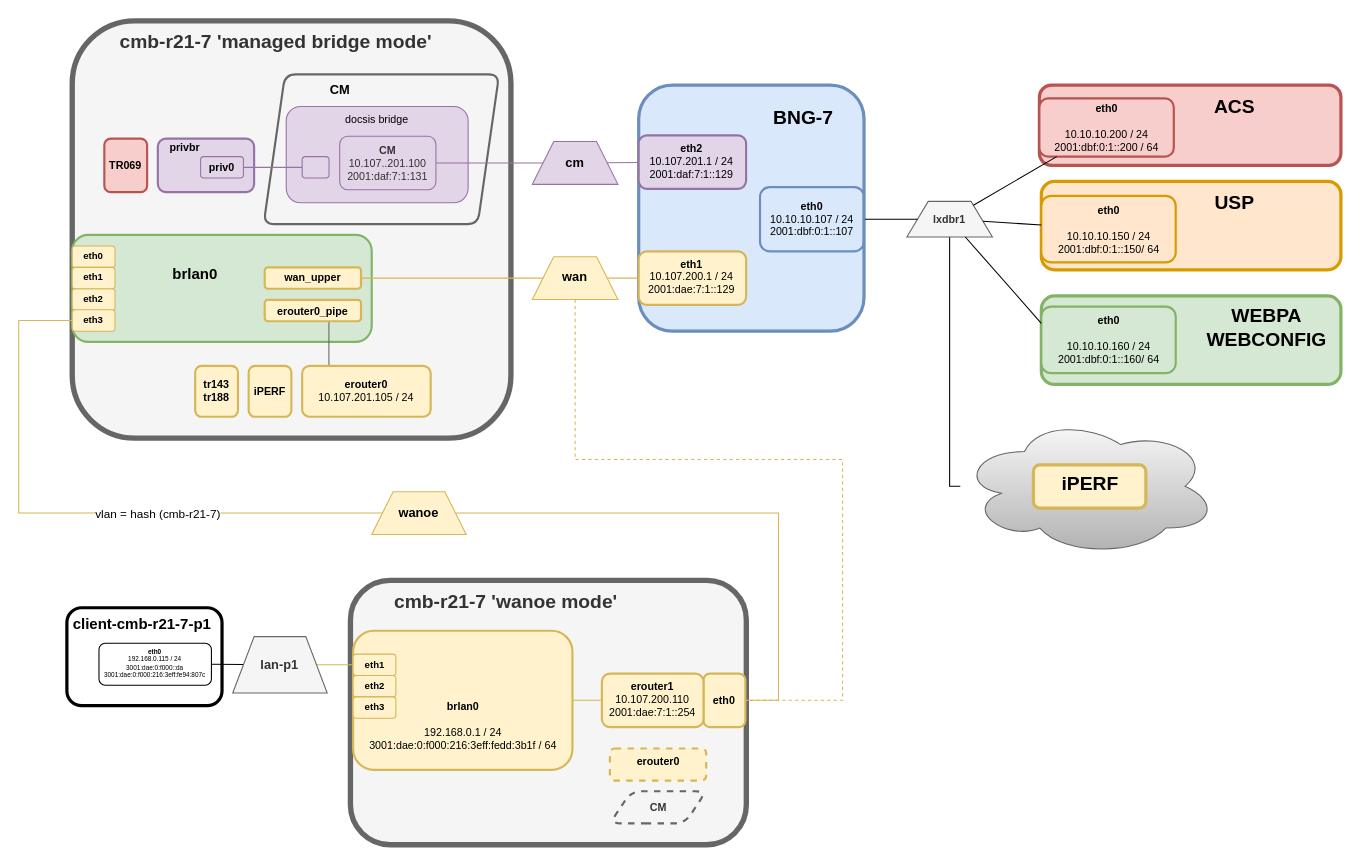
Before: drawio/ntu.drawio in robvogelaar/robvogelaar.github.io, a draw.io diagram. Source tidied: cells renumbered, new cells numbered last; positions are measured from the earlier drawing's top-left corner, leaving out a move shared by most shapes. Both pictures are drawn from the tidied source at 107%, with x=0, y=0 at pixel (18, 20).
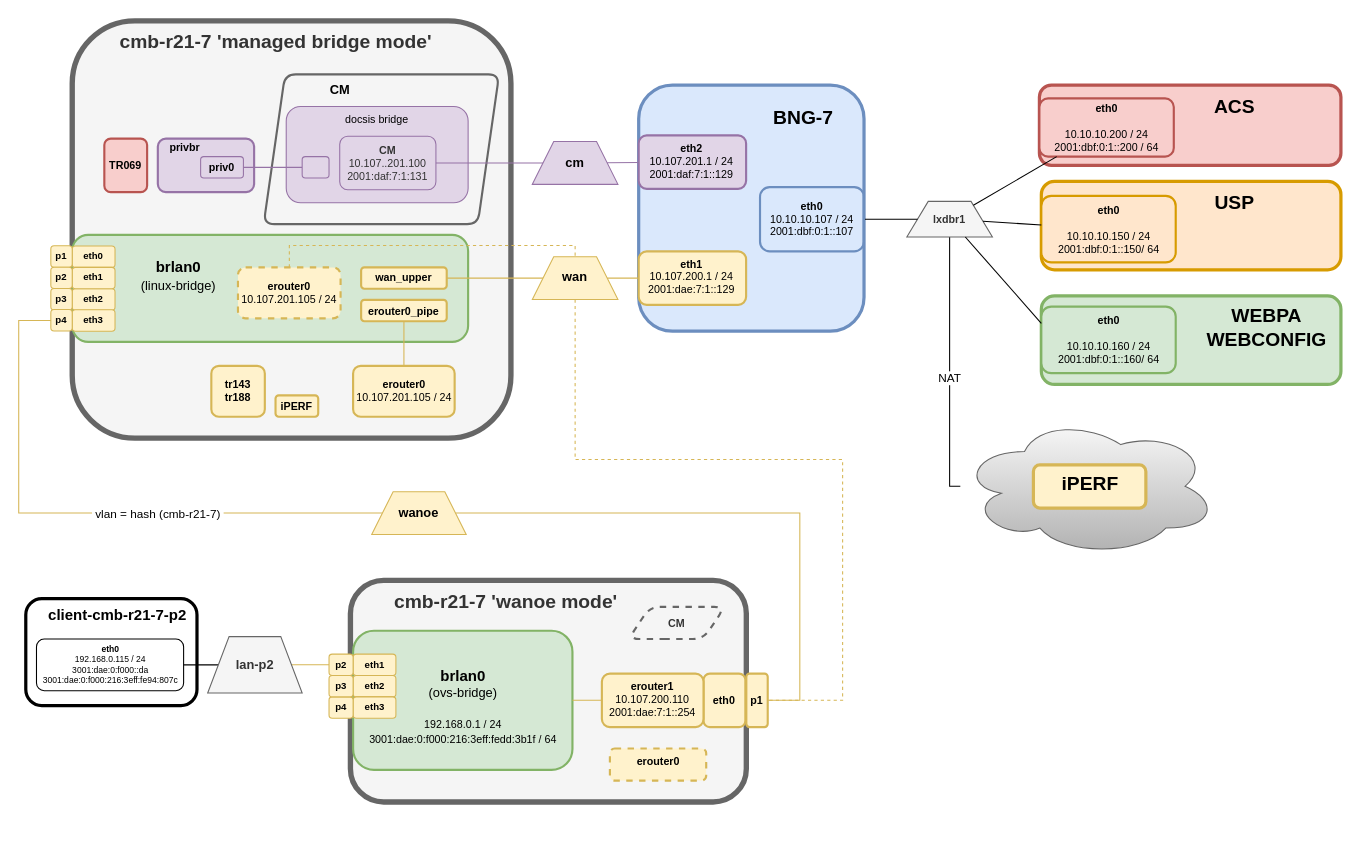
Above is the later version.

The change refers to these unchanged cells:
```xml
<mxCell id="24" style="edgeStyle=orthogonalEdgeStyle;rounded=0;jettySize=auto;html=1;endArrow=none;" parent="1" edge="1" source="25" target="8">
  <mxGeometry relative="1" as="geometry">
    <Array as="points">
      <mxPoint x="870" y="435" />
    </Array>
  </mxGeometry>
</mxCell>
<mxCell id="48" value="eth0" style="rounded=1;whiteSpace=wrap;html=1;fillColor=#fff2cc;strokeColor=#d6b656;fontSize=10;fontStyle=1;strokeWidth=2;" parent="1" vertex="1">
  <mxGeometry x="640" y="610" width="39.1" height="50" as="geometry" />
</mxCell>
<mxCell id="57" value="&lt;b style=&quot;font-size: 12px;&quot;&gt;wan&lt;/b&gt;" style="shape=trapezoid;perimeter=trapezoidPerimeter;whiteSpace=wrap;html=1;fixedSize=1;fontSize=12;fillColor=#fff2cc;strokeColor=#d6b656;rotation=0;verticalAlign=middle;" parent="1" vertex="1">
  <mxGeometry x="480" y="220.4" width="80" height="40" as="geometry" />
</mxCell>
<mxCell id="60" style="edgeStyle=orthogonalEdgeStyle;rounded=0;jettySize=auto;html=1;endArrow=none;fillColor=#fff2cc;strokeColor=#d6b656;" parent="1" edge="1" source="73" target="62">
  <mxGeometry relative="1" as="geometry">
    <Array as="points">
      <mxPoint y="280" />
      <mxPoint y="460" />
    </Array>
  </mxGeometry>
</mxCell>
<mxCell id="62" value="&lt;b&gt;wanoe&lt;/b&gt;" style="shape=trapezoid;perimeter=trapezoidPerimeter;whiteSpace=wrap;html=1;fixedSize=1;fontSize=12;fillColor=#fff2cc;strokeColor=#d6b656;rotation=0;" parent="1" vertex="1">
  <mxGeometry x="329.9" y="440" width="88.3" height="40" as="geometry" />
</mxCell>
```

Change to the diagram source:
```diff
@@
     <mxCell id="2" style="rounded=1;whiteSpace=wrap;html=1;fillColor=#f5f5f5;strokeColor=#666666;fillStyle=auto;strokeWidth=5;fontSize=9;fontColor=#333333;" parent="1" vertex="1">
-      <mxGeometry x="310" y="522.9" width="370" height="247.1" as="geometry" />
+      <mxGeometry x="310" y="522.9" width="370" height="207.1" as="geometry" />
     </mxCell>
     <mxCell id="3" value="CM" style="rounded=1;whiteSpace=wrap;html=1;fillColor=none;strokeColor=#666666;fontSize=10;fontStyle=1;strokeWidth=2;shape=parallelogram;perimeter=parallelogramPerimeter;fixedSize=1;fontColor=#333333;dashed=1;" parent="1" vertex="1">
-      <mxGeometry x="552.5" y="720" width="90" height="30" as="geometry" />
+      <mxGeometry x="569.9" y="547.7" width="90" height="30" as="geometry" />
     </mxCell>
@@
     <mxCell id="10" style="rounded=1;whiteSpace=wrap;html=1;fillColor=#d5e8d4;strokeColor=#82b366;strokeWidth=2;fontSize=9;" parent="1" vertex="1">
-      <mxGeometry x="50" y="200" width="279.9" height="100" as="geometry" />
+      <mxGeometry x="50" y="200" width="370" height="100" as="geometry" />
     </mxCell>
-    <mxCell id="11" value="&lt;font style=&quot;font-size: 14px;&quot;&gt;brlan0&lt;br style=&quot;font-size: 14px;&quot;&gt;&lt;/font&gt;" style="text;strokeColor=none;align=center;fillColor=none;html=1;verticalAlign=top;whiteSpace=wrap;rounded=1;fontSize=14;fontStyle=1;" parent="1" vertex="1">
-      <mxGeometry x="129.9" y="222.4" width="70" height="28" as="geometry" />
+    <mxCell id="11" value="&lt;font style=&quot;&quot;&gt;brlan0&lt;/font&gt;&lt;div&gt;&lt;font style=&quot;&quot;&gt;&lt;span style=&quot;font-weight: normal;&quot;&gt;&lt;font style=&quot;font-size: 12px;&quot;&gt;(linux-bridge)&lt;/font&gt;&lt;/span&gt;&lt;br style=&quot;font-size: 14px;&quot;&gt;&lt;/font&gt;&lt;/div&gt;" style="text;strokeColor=none;align=center;fillColor=none;html=1;verticalAlign=top;whiteSpace=wrap;rounded=1;fontSize=14;fontStyle=1;" parent="1" vertex="1">
+      <mxGeometry x="107.5" y="215.4" width="82.5" height="44.6" as="geometry" />
     </mxCell>
@@
-    <mxCell id="13" style="edgeStyle=orthogonalEdgeStyle;rounded=0;jettySize=auto;html=1;endArrow=none;fillColor=#f5f5f5;strokeColor=#666666;" parent="1" edge="1" source="14" target="55">
+    <mxCell id="13" style="edgeStyle=orthogonalEdgeStyle;rounded=0;jettySize=auto;html=1;endArrow=none;fillColor=#fff2cc;strokeColor=#d6b656;" parent="1" edge="1" source="14" target="55">
       <mxGeometry relative="1" as="geometry">
         <Array as="points">
-          <mxPoint x="289.9" y="310.4" />
-          <mxPoint x="289.9" y="310.4" />
+          <mxPoint x="360" y="300" />
+          <mxPoint x="360" y="300" />
         </Array>
       </mxGeometry>
     </mxCell>
     <mxCell id="14" value="&lt;b style=&quot;font-size: 10px;&quot;&gt;erouter0_pipe&lt;/b&gt;" style="rounded=1;whiteSpace=wrap;html=1;align=center;fillColor=#fff2cc;strokeColor=#d6b656;fontSize=10;strokeWidth=2;verticalAlign=middle;" parent="1" vertex="1">
-      <mxGeometry x="229.9" y="260.7" width="90" height="20" as="geometry" />
+      <mxGeometry x="320" y="260.7" width="80" height="20" as="geometry" />
     </mxCell>
@@
+    <mxCell id="77" value="NAT" style="edgeLabel;html=1;align=center;verticalAlign=middle;" parent="24" vertex="1">
+      <mxGeometry x="0.08" y="-1" relative="1" as="geometry" />
+    </mxCell>
@@
     <mxCell id="34" style="rounded=1;whiteSpace=wrap;html=1;strokeWidth=3;fontSize=9;" parent="1" vertex="1">
-      <mxGeometry x="45" y="548.5" width="145" height="91.5" as="geometry" />
+      <mxGeometry x="6.6" y="540" width="160" height="100" as="geometry" />
     </mxCell>
-    <mxCell id="35" value="&lt;font style=&quot;font-size: 6px;&quot;&gt;eth0&lt;br style=&quot;font-size: 6px;&quot;&gt;&lt;span style=&quot;font-size: 6px; font-weight: normal;&quot;&gt;192.168.0.115 / 24&lt;br style=&quot;font-size: 6px;&quot;&gt;&lt;/span&gt;&lt;span style=&quot;font-weight: normal; font-size: 6px;&quot;&gt;3001:dae:0:f000::da&lt;br style=&quot;font-size: 6px;&quot;&gt;3001:dae:0:f000:216:3eff:fe94:807c&lt;/span&gt;&lt;br style=&quot;font-size: 6px;&quot;&gt;&lt;/font&gt;" style="rounded=1;whiteSpace=wrap;html=1;fontSize=6;fontStyle=1;strokeWidth=1;" parent="1" vertex="1">
-      <mxGeometry x="75" y="581.7" width="105.1" height="39.3" as="geometry" />
+    <mxCell id="35" value="&lt;font style=&quot;font-size: 8px;&quot;&gt;eth0&lt;br style=&quot;font-size: 8px;&quot;&gt;&lt;span style=&quot;font-size: 8px; font-weight: normal;&quot;&gt;192.168.0.115 / 24&lt;br style=&quot;font-size: 8px;&quot;&gt;&lt;/span&gt;&lt;span style=&quot;font-weight: normal; font-size: 8px;&quot;&gt;3001:dae:0:f000::da&lt;br style=&quot;font-size: 8px;&quot;&gt;3001:dae:0:f000:216:3eff:fe94:807c&lt;/span&gt;&lt;br style=&quot;font-size: 8px;&quot;&gt;&lt;/font&gt;" style="rounded=1;whiteSpace=wrap;html=1;fontSize=8;fontStyle=1;strokeWidth=1;" parent="1" vertex="1">
+      <mxGeometry x="16.6" y="577.7" width="137.5" height="48.3" as="geometry" />
     </mxCell>
-    <mxCell id="36" value="&lt;b style=&quot;font-size: 14px;&quot;&gt;client-cmb-r21-7-p1&lt;/b&gt;" style="text;html=1;align=center;verticalAlign=middle;fontSize=14;fontStyle=0;" parent="1" vertex="1">
-      <mxGeometry x="40" y="548.5" width="150" height="30" as="geometry" />
+    <mxCell id="36" value="&lt;b style=&quot;font-size: 14px;&quot;&gt;client-cmb-r21-7-p2&lt;/b&gt;" style="text;html=1;align=center;verticalAlign=middle;fontSize=14;fontStyle=0;" parent="1" vertex="1">
+      <mxGeometry x="16.6" y="540" width="150" height="30" as="geometry" />
     </mxCell>
@@
-    <mxCell id="38" value="&lt;b style=&quot;font-size: 12px;&quot;&gt;lan-p1&lt;/b&gt;" style="shape=trapezoid;perimeter=trapezoidPerimeter;whiteSpace=wrap;html=1;fixedSize=1;fontSize=12;fillColor=#f5f5f5;fontColor=#333333;strokeColor=#666666;rotation=0;" parent="1" vertex="1">
-      <mxGeometry x="200" y="575.5" width="88.3" height="52.7" as="geometry" />
+    <mxCell id="38" value="&lt;b style=&quot;font-size: 12px;&quot;&gt;lan-p2&lt;/b&gt;" style="shape=trapezoid;perimeter=trapezoidPerimeter;whiteSpace=wrap;html=1;fixedSize=1;fontSize=12;fillColor=#f5f5f5;fontColor=#333333;strokeColor=#666666;rotation=0;" parent="1" vertex="1">
+      <mxGeometry x="176.6" y="575.5" width="88.3" height="52.7" as="geometry" />
     </mxCell>
@@
-    <mxCell id="46" value="&lt;div&gt;&lt;span style=&quot;font-size: 10px; font-weight: 700;&quot;&gt;&lt;br&gt;&lt;/span&gt;&lt;/div&gt;&lt;span style=&quot;font-size: 10px; font-weight: 700;&quot;&gt;&lt;div&gt;&lt;span style=&quot;font-size: 10px; font-weight: 700;&quot;&gt;&lt;br&gt;&lt;/span&gt;&lt;/div&gt;&lt;div&gt;&lt;span style=&quot;font-size: 10px; font-weight: 700;&quot;&gt;&lt;br&gt;&lt;/span&gt;&lt;/div&gt;&lt;div&gt;&lt;span style=&quot;font-size: 10px; font-weight: 700;&quot;&gt;&lt;br&gt;&lt;/span&gt;&lt;/div&gt;brlan0&lt;/span&gt;&lt;br style=&quot;font-size: 10px; font-weight: 700;&quot;&gt;&lt;span style=&quot;font-size: 10px;&quot;&gt;&lt;br&gt;192.168.0.1 / 24&lt;/span&gt;&lt;br style=&quot;font-size: 10px; font-weight: 700;&quot;&gt;&lt;span style=&quot;font-size: 10px;&quot;&gt;3001:dae:0:f000:216:3eff:fedd:3b1f&lt;/span&gt;&lt;span style=&quot;font-size: 10px;&quot;&gt;&amp;nbsp;/ 64&lt;/span&gt;" style="rounded=1;whiteSpace=wrap;html=1;fillColor=#fff2cc;strokeColor=#d6b656;strokeWidth=2;fontSize=9;" parent="1" vertex="1">
+    <mxCell id="46" value="&lt;div&gt;&lt;span style=&quot;font-size: 10px; font-weight: 700;&quot;&gt;&lt;br&gt;&lt;/span&gt;&lt;/div&gt;&lt;span style=&quot;font-weight: 700; font-size: 14px;&quot;&gt;&lt;div style=&quot;font-size: 10px;&quot;&gt;&lt;span style=&quot;font-size: 14px; background-color: initial;&quot;&gt;brlan0&lt;/span&gt;&lt;br&gt;&lt;/div&gt;&lt;/span&gt;&lt;div style=&quot;font-size: 12px;&quot;&gt;&lt;font style=&quot;font-size: 12px;&quot;&gt;(ovs-&lt;/font&gt;&lt;span style=&quot;background-color: initial;&quot;&gt;bridge)&lt;/span&gt;&lt;/div&gt;&lt;div style=&quot;font-size: 12px;&quot;&gt;&lt;span style=&quot;font-size: 10px;&quot;&gt;&lt;br&gt;192.168.0.1 / 24&lt;/span&gt;&lt;br style=&quot;font-size: 10px; font-weight: 700;&quot;&gt;&lt;span style=&quot;font-size: 10px;&quot;&gt;3001:dae:0:f000:216:3eff:fedd:3b1f&lt;/span&gt;&lt;span style=&quot;font-size: 10px;&quot;&gt;&amp;nbsp;/ 64&lt;/span&gt;&lt;/div&gt;" style="rounded=1;whiteSpace=wrap;html=1;fillColor=#d5e8d4;strokeColor=#82b366;strokeWidth=2;fontSize=9;" parent="1" vertex="1">
       <mxGeometry x="312.5" y="570" width="205" height="130" as="geometry" />
     </mxCell>
@@
     <mxCell id="54" value="iPERF" style="rounded=1;whiteSpace=wrap;html=1;fillColor=#fff2cc;strokeColor=#d6b656;fontSize=10;fontStyle=1;strokeWidth=2;" parent="1" vertex="1">
-      <mxGeometry x="214.9" y="322.4" width="39.9" height="47.6" as="geometry" />
+      <mxGeometry x="240" y="350" width="39.9" height="20" as="geometry" />
     </mxCell>
     <mxCell id="55" value="&lt;b style=&quot;font-size: 10px;&quot;&gt;erouter0&lt;/b&gt;&lt;div&gt;&lt;span style=&quot;font-size: 10px;&quot;&gt;10.107.201.105 / 24&lt;/span&gt;&lt;/div&gt;" style="rounded=1;whiteSpace=wrap;html=1;align=center;fillColor=#fff2cc;strokeColor=#d6b656;fontSize=10;strokeWidth=2;verticalAlign=middle;" parent="1" vertex="1">
-      <mxGeometry x="264.9" y="322.4" width="120.1" height="47.6" as="geometry" />
+      <mxGeometry x="312.5" y="322.4" width="94.9" height="47.6" as="geometry" />
     </mxCell>
-    <mxCell id="56" style="edgeStyle=orthogonalEdgeStyle;rounded=0;jettySize=auto;html=1;dashed=1;fillColor=#fff2cc;strokeColor=#d6b656;endArrow=none;endFill=0;" parent="1" edge="1" source="57" target="48">
+    <mxCell id="56" style="edgeStyle=orthogonalEdgeStyle;rounded=0;jettySize=auto;html=1;dashed=1;fillColor=#fff2cc;strokeColor=#d6b656;endArrow=none;endFill=0;" parent="1" edge="1" source="57" target="87">
       <mxGeometry relative="1" as="geometry">
         <Array as="points">
           <mxPoint x="520" y="410" />
           <mxPoint x="770" y="410" />
           <mxPoint x="770" y="635" />
         </Array>
       </mxGeometry>
     </mxCell>
@@
     <mxCell id="58" value="&lt;b style=&quot;font-size: 10px;&quot;&gt;wan_upper&lt;/b&gt;" style="rounded=1;whiteSpace=wrap;html=1;align=center;fillColor=#fff2cc;strokeColor=#d6b656;fontSize=10;strokeWidth=2;verticalAlign=middle;" parent="1" vertex="1">
-      <mxGeometry x="229.9" y="230.4" width="90" height="20" as="geometry" />
+      <mxGeometry x="320" y="230.4" width="80" height="20" as="geometry" />
     </mxCell>
-    <mxCell id="59" style="edgeStyle=orthogonalEdgeStyle;rounded=0;jettySize=auto;html=1;endArrow=none;fillColor=#fff2cc;strokeColor=#d6b656;" parent="1" edge="1" source="48" target="62">
+    <mxCell id="59" style="edgeStyle=orthogonalEdgeStyle;rounded=0;jettySize=auto;html=1;endArrow=none;fillColor=#fff2cc;strokeColor=#d6b656;" parent="1" edge="1" source="87" target="62">
       <mxGeometry relative="1" as="geometry">
         <Array as="points">
-          <mxPoint x="710.1" y="635" />
-          <mxPoint x="710.1" y="460" />
+          <mxPoint x="730" y="635" />
+          <mxPoint x="730" y="460" />
         </Array>
       </mxGeometry>
     </mxCell>
@@
-    <mxCell id="61" value="vlan = hash (cmb-r21-7)" style="edgeLabel;html=1;align=center;verticalAlign=middle;" parent="60" vertex="1">
+    <mxCell id="61" value="&amp;nbsp;vlan = hash (cmb-r21-7)&amp;nbsp;" style="edgeLabel;html=1;align=center;verticalAlign=middle;" parent="60" vertex="1">
       <mxGeometry x="0.26" relative="1" as="geometry" />
     </mxCell>
@@
     <mxCell id="67" value="tr143&lt;div&gt;tr188&lt;/div&gt;" style="rounded=1;whiteSpace=wrap;html=1;fillColor=#fff2cc;strokeColor=#d6b656;fontSize=10;fontStyle=1;strokeWidth=2;" parent="1" vertex="1">
-      <mxGeometry x="164.9" y="322.4" width="40" height="47.6" as="geometry" />
+      <mxGeometry x="180" y="322.4" width="50" height="47.6" as="geometry" />
     </mxCell>
@@
+    <mxCell id="78" style="edgeStyle=orthogonalEdgeStyle;rounded=0;jettySize=auto;html=1;endArrow=none;fillColor=#fff2cc;strokeColor=#d6b656;dashed=1;" parent="1" edge="1" source="79" target="57">
+      <mxGeometry relative="1" as="geometry">
+        <Array as="points">
+          <mxPoint x="253" y="210" />
+          <mxPoint x="520" y="210" />
+        </Array>
+      </mxGeometry>
+    </mxCell>
+    <mxCell id="79" value="&lt;b style=&quot;font-size: 10px;&quot;&gt;erouter0&lt;/b&gt;&lt;div&gt;&lt;span style=&quot;font-size: 10px;&quot;&gt;10.107.201.105 / 24&lt;/span&gt;&lt;/div&gt;" style="rounded=1;whiteSpace=wrap;html=1;align=center;fillColor=#fff2cc;strokeColor=#d6b656;fontSize=10;strokeWidth=2;verticalAlign=middle;dashed=1;" parent="1" vertex="1">
+      <mxGeometry x="204.9" y="230.4" width="95.9" height="47.6" as="geometry" />
+    </mxCell>
+    <mxCell id="80" value="&lt;b style=&quot;font-size: 9px;&quot;&gt;p3&lt;/b&gt;" style="rounded=1;whiteSpace=wrap;html=1;fillColor=#fff2cc;strokeColor=#d6b656;fontSize=9;" parent="1" vertex="1">
+      <mxGeometry x="30" y="250.2" width="20" height="20" as="geometry" />
+    </mxCell>
+    <mxCell id="81" value="&lt;b style=&quot;font-size: 9px;&quot;&gt;p1&lt;/b&gt;" style="rounded=1;whiteSpace=wrap;html=1;fillColor=#fff2cc;strokeColor=#d6b656;fontSize=9;" parent="1" vertex="1">
+      <mxGeometry x="30" y="210.2" width="20" height="20" as="geometry" />
+    </mxCell>
+    <mxCell id="82" value="&lt;b style=&quot;font-size: 9px;&quot;&gt;p2&lt;/b&gt;" style="rounded=1;whiteSpace=wrap;html=1;fillColor=#fff2cc;strokeColor=#d6b656;fontSize=9;" parent="1" vertex="1">
+      <mxGeometry x="30" y="230.2" width="20" height="20" as="geometry" />
+    </mxCell>
+    <mxCell id="83" value="&lt;b&gt;p4&lt;/b&gt;" style="rounded=1;whiteSpace=wrap;html=1;fillColor=#fff2cc;strokeColor=#d6b656;fontSize=9;" parent="1" vertex="1">
+      <mxGeometry x="30" y="269.8" width="20" height="20" as="geometry" />
+    </mxCell>
+    <mxCell id="84" value="&lt;b style=&quot;font-size: 9px;&quot;&gt;p2&lt;/b&gt;" style="rounded=1;whiteSpace=wrap;html=1;fillColor=#fff2cc;strokeColor=#d6b656;fontSize=9;" parent="1" vertex="1">
+      <mxGeometry x="290" y="591.8" width="22.5" height="20" as="geometry" />
+    </mxCell>
+    <mxCell id="85" value="&lt;b style=&quot;font-size: 9px;&quot;&gt;p4&lt;/b&gt;" style="rounded=1;whiteSpace=wrap;html=1;fillColor=#fff2cc;strokeColor=#d6b656;fontSize=9;" parent="1" vertex="1">
+      <mxGeometry x="290" y="631.8" width="22.5" height="20" as="geometry" />
+    </mxCell>
+    <mxCell id="86" value="&lt;b style=&quot;font-size: 9px;&quot;&gt;p3&lt;/b&gt;" style="rounded=1;whiteSpace=wrap;html=1;fillColor=#fff2cc;strokeColor=#d6b656;fontSize=9;" parent="1" vertex="1">
+      <mxGeometry x="290" y="611.8" width="22.5" height="20" as="geometry" />
+    </mxCell>
+    <mxCell id="87" value="p1" style="rounded=1;whiteSpace=wrap;html=1;fillColor=#fff2cc;strokeColor=#d6b656;fontSize=10;fontStyle=1;strokeWidth=2;" parent="1" vertex="1">
+      <mxGeometry x="680" y="610" width="20" height="50" as="geometry" />
+    </mxCell>
```
